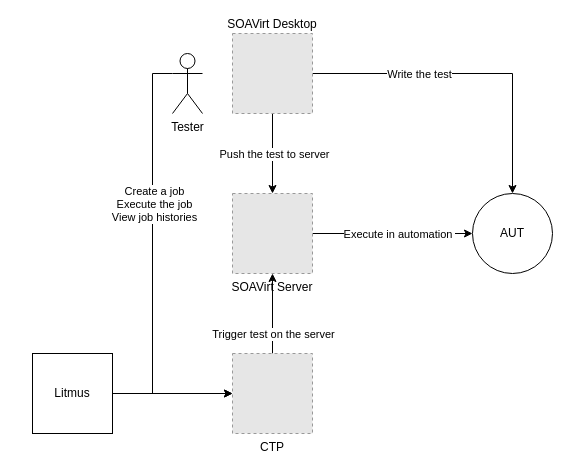
Earlier version of the draw.io diagram page "Server worklfow" (1 of 2) of soatest-flows.drawio (gtrofimov/draw-io-projects). Source tidied: cells renumbered, new cells numbered last; positions are measured from the earlier drawing's top-left corner, leaving out a move shared by most shapes. Both pictures are drawn from the tidied source at 100%, with x=0, y=0 at pixel (32, 33). Pictures stored in the file or linked from it are replaced by grey dashed boxes.
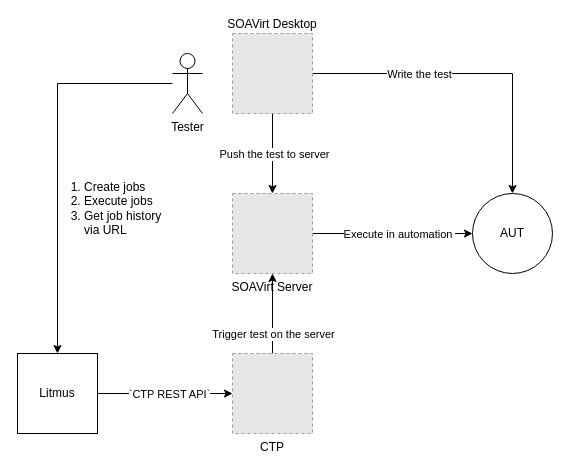
Above is the later version.

The change refers to these unchanged cells:
```xml
<mxCell id="4" value="CTP" style="fillColor=#E6E6E6;strokeColor=#999999;dashed=1;verticalLabelPosition=bottom;verticalAlign=top;" parent="1" vertex="1">
  <mxGeometry x="200" y="320" width="80" height="80" as="geometry" />
</mxCell>
<mxCell id="12" value="Tester" style="shape=umlActor;verticalLabelPosition=bottom;verticalAlign=top;html=1;outlineConnect=0;" parent="1" vertex="1">
  <mxGeometry x="140" y="20" width="30" height="60" as="geometry" />
</mxCell>
```

The edit, as a diff of the source:
```diff
@@
-    <mxCell id="10" style="edgeStyle=orthogonalEdgeStyle;rounded=0;jettySize=auto;html=1;entryX=0;entryY=0.5;entryDx=0;entryDy=0;exitX=0;exitY=0.3333333333333333;exitDx=0;exitDy=0;exitPerimeter=0;" parent="1" edge="1" source="12" target="4">
-      <mxGeometry relative="1" as="geometry" />
-    </mxCell>
-    <mxCell id="11" value="Create a job&lt;div&gt;Execute the job&lt;/div&gt;&lt;div&gt;View job histories&lt;/div&gt;" style="edgeLabel;html=1;align=center;verticalAlign=middle;" parent="10" vertex="1">
-      <mxGeometry y="1" relative="1" as="geometry">
-        <mxPoint y="-60" as="offset" />
-      </mxGeometry>
-    </mxCell>
+    <mxCell id="19" style="edgeStyle=orthogonalEdgeStyle;rounded=0;jettySize=auto;html=1;entryX=0.5;entryY=0;entryDx=0;entryDy=0;" parent="1" edge="1" source="12" target="18">
+      <mxGeometry relative="1" as="geometry" />
+    </mxCell>
@@
-    <mxCell id="17" style="edgeStyle=orthogonalEdgeStyle;rounded=0;jettySize=auto;html=1;entryX=0;entryY=0.5;entryDx=0;entryDy=0;" parent="1" edge="1" source="18" target="4">
+    <mxCell id="17" style="edgeStyle=orthogonalEdgeStyle;rounded=0;jettySize=auto;html=1;entryX=0;entryY=0.5;entryDx=0;entryDy=0;exitX=1;exitY=0.5;exitDx=0;exitDy=0;" parent="1" edge="1" source="18" target="4">
       <mxGeometry relative="1" as="geometry" />
     </mxCell>
+    <mxCell id="20" value="`CTP REST API`" style="edgeLabel;html=1;align=center;verticalAlign=middle;" parent="17" vertex="1">
+      <mxGeometry x="-0.43" relative="1" as="geometry">
+        <mxPoint x="33" as="offset" />
+      </mxGeometry>
+    </mxCell>
     <mxCell id="18" value="Litmus" style="whiteSpace=wrap;html=1;" parent="1" vertex="1">
-      <mxGeometry y="320" width="80" height="80" as="geometry" />
+      <mxGeometry x="-15" y="320" width="80" height="80" as="geometry" />
     </mxCell>
+    <mxCell id="21" value="&lt;ol&gt;&lt;li&gt;Create jobs&lt;/li&gt;&lt;li&gt;Execute jobs&lt;/li&gt;&lt;li&gt;Get job history via URL&lt;/li&gt;&lt;/ol&gt;" style="text;html=1;whiteSpace=wrap;strokeColor=none;fillColor=none;align=left;verticalAlign=middle;rounded=0;" parent="1" vertex="1">
+      <mxGeometry x="10" y="130" width="130" height="90" as="geometry" />
+    </mxCell>
```
